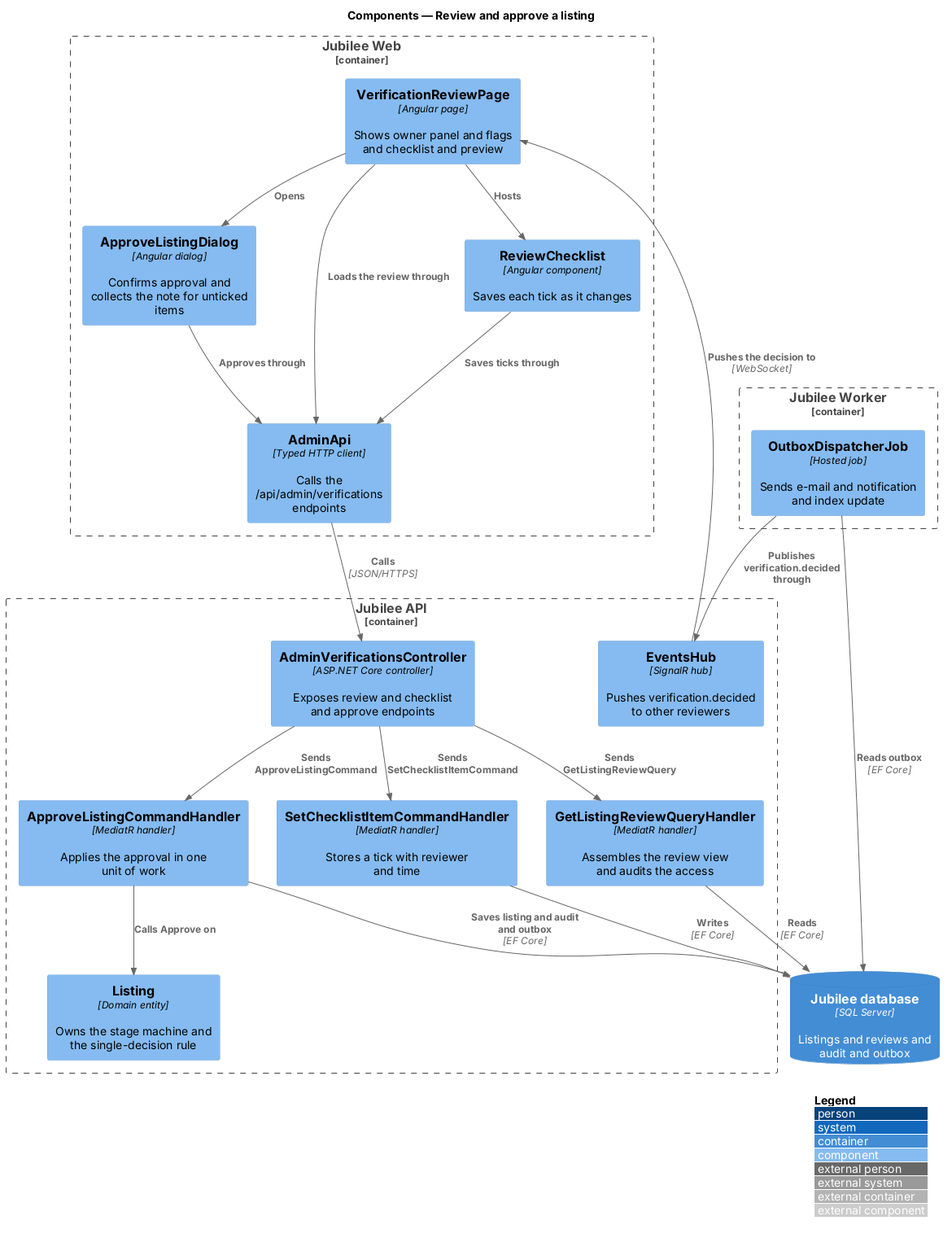
The PlantUML diagram docs/detailed-designs/moderation/take-down-listing/diagrams/c4-component.png in QuinntyneBrown/jubilee, before a commit.
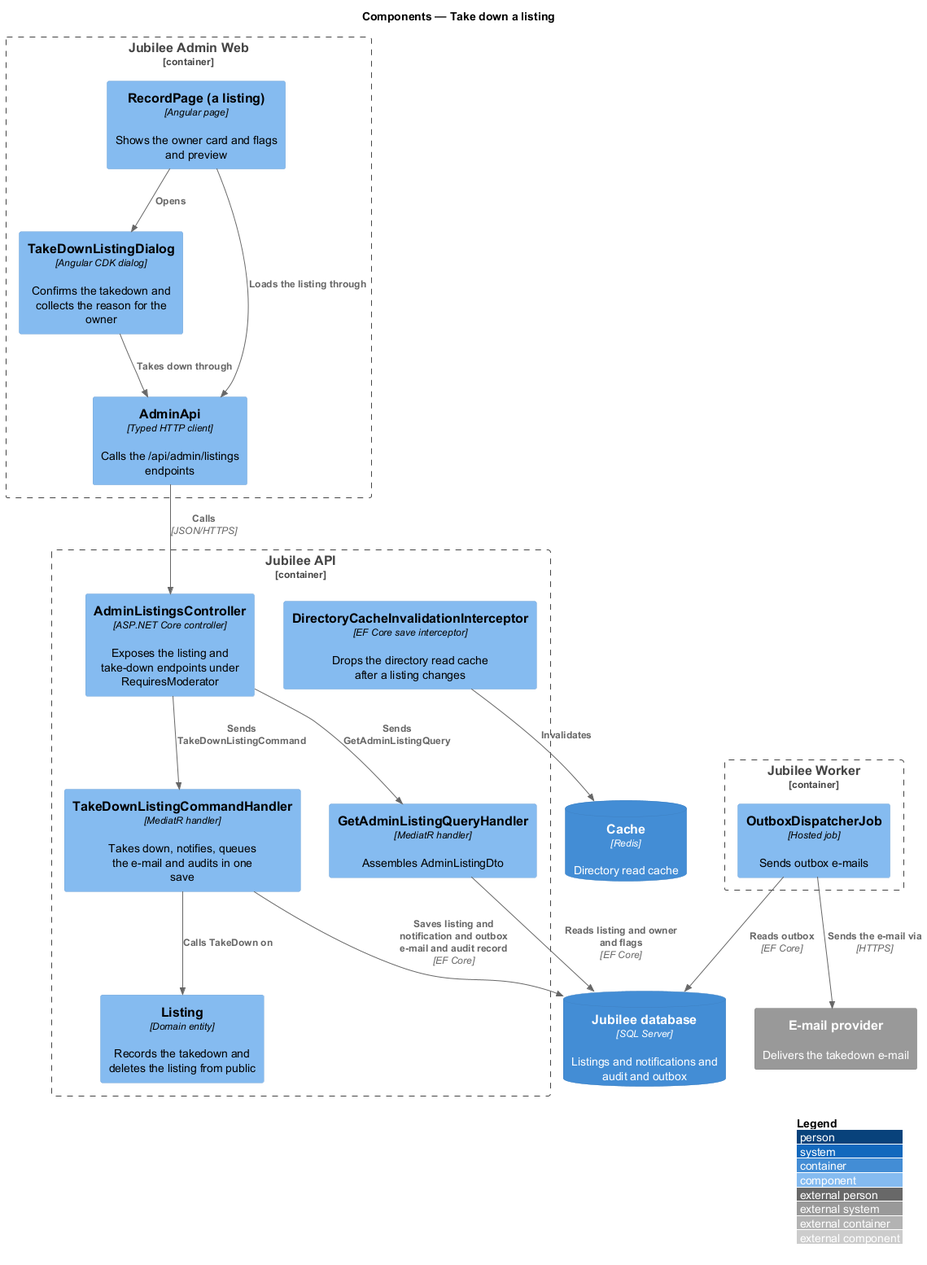
The same file after the commit.

The edit, as a diff of the source:
```diff
@@ -1,40 +1,36 @@
 @startuml
 !include <C4/C4_Component>
 LAYOUT_WITH_LEGEND()
-title Components — Review and approve a listing
-Container_Boundary(web, "Jubilee Web") {
-  Component(page, "VerificationReviewPage", "Angular page", "Shows owner panel and flags and checklist and preview")
-  Component(check, "ReviewChecklist", "Angular component", "Saves each tick as it changes")
-  Component(dialog, "ApproveListingDialog", "Angular dialog", "Confirms approval and collects the note for unticked items")
-  Component(client, "AdminApi", "Typed HTTP client", "Calls the /api/admin/verifications endpoints")
+title Components — Take down a listing
+Container_Boundary(web, "Jubilee Admin Web") {
+  Component(page, "RecordPage (a listing)", "Angular page", "Shows the owner card and flags and preview")
+  Component(dialog, "TakeDownListingDialog", "Angular CDK dialog", "Confirms the takedown and collects the reason for the owner")
+  Component(client, "AdminApi", "Typed HTTP client", "Calls the /api/admin/listings endpoints")
 }
 Container_Boundary(api, "Jubilee API") {
-  Component(ctrl, "AdminVerificationsController", "ASP.NET Core controller", "Exposes review and checklist and approve endpoints")
-  Component(qh, "GetListingReviewQueryHandler", "MediatR handler", "Assembles the review view and audits the access")
-  Component(th, "SetChecklistItemCommandHandler", "MediatR handler", "Stores a tick with reviewer and time")
-  Component(ah, "ApproveListingCommandHandler", "MediatR handler", "Applies the approval in one unit of work")
-  Component(listing, "Listing", "Domain entity", "Owns the stage machine and the single-decision rule")
-  Component(hub, "EventsHub", "SignalR hub", "Pushes verification.decided to other reviewers")
+  Component(ctrl, "AdminListingsController", "ASP.NET Core controller", "Exposes the listing and take-down endpoints under RequiresModerator")
+  Component(qh, "GetAdminListingQueryHandler", "MediatR handler", "Assembles AdminListingDto")
+  Component(th, "TakeDownListingCommandHandler", "MediatR handler", "Takes down, notifies, queues the e-mail and audits in one save")
+  Component(listing, "Listing", "Domain entity", "Records the takedown and deletes the listing from public")
+  Component(interceptor, "DirectoryCacheInvalidationInterceptor", "EF Core save interceptor", "Drops the directory read cache after a listing changes")
 }
 Container_Boundary(worker, "Jubilee Worker") {
-  Component(outbox, "OutboxDispatcherJob", "Hosted job", "Sends e-mail and notification and index update")
+  Component(outbox, "OutboxDispatcherJob", "Hosted job", "Sends outbox e-mails")
 }
-ContainerDb(db, "Jubilee database", "SQL Server", "Listings and reviews and audit and outbox")
+ContainerDb(db, "Jubilee database", "SQL Server", "Listings and notifications and audit and outbox")
+ContainerDb(cache, "Cache", "Redis", "Directory read cache")
+System_Ext(email, "E-mail provider", "Delivers the takedown e-mail")
 
-Rel(page, check, "Hosts")
 Rel(page, dialog, "Opens")
-Rel(page, client, "Loads the review through")
-Rel(check, client, "Saves ticks through")
-Rel(dialog, client, "Approves through")
+Rel(page, client, "Loads the listing through")
+Rel(dialog, client, "Takes down through")
 Rel(client, ctrl, "Calls", "JSON/HTTPS")
-Rel(ctrl, qh, "Sends GetListingReviewQuery")
-Rel(ctrl, th, "Sends SetChecklistItemCommand")
-Rel(ctrl, ah, "Sends ApproveListingCommand")
-Rel(ah, listing, "Calls Approve on")
-Rel(ah, db, "Saves listing and audit and outbox", "EF Core")
-Rel(qh, db, "Reads", "EF Core")
-Rel(th, db, "Writes", "EF Core")
+Rel(ctrl, qh, "Sends GetAdminListingQuery")
+Rel(ctrl, th, "Sends TakeDownListingCommand")
+Rel(th, listing, "Calls TakeDown on")
+Rel(th, db, "Saves listing and notification and outbox e-mail and audit record", "EF Core")
+Rel(qh, db, "Reads listing and owner and flags", "EF Core")
+Rel(interceptor, cache, "Invalidates")
 Rel(outbox, db, "Reads outbox", "EF Core")
-Rel(outbox, hub, "Publishes verification.decided through")
-Rel(hub, page, "Pushes the decision to", "WebSocket")
+Rel(outbox, email, "Sends the e-mail via", "HTTPS")
 @enduml
```
